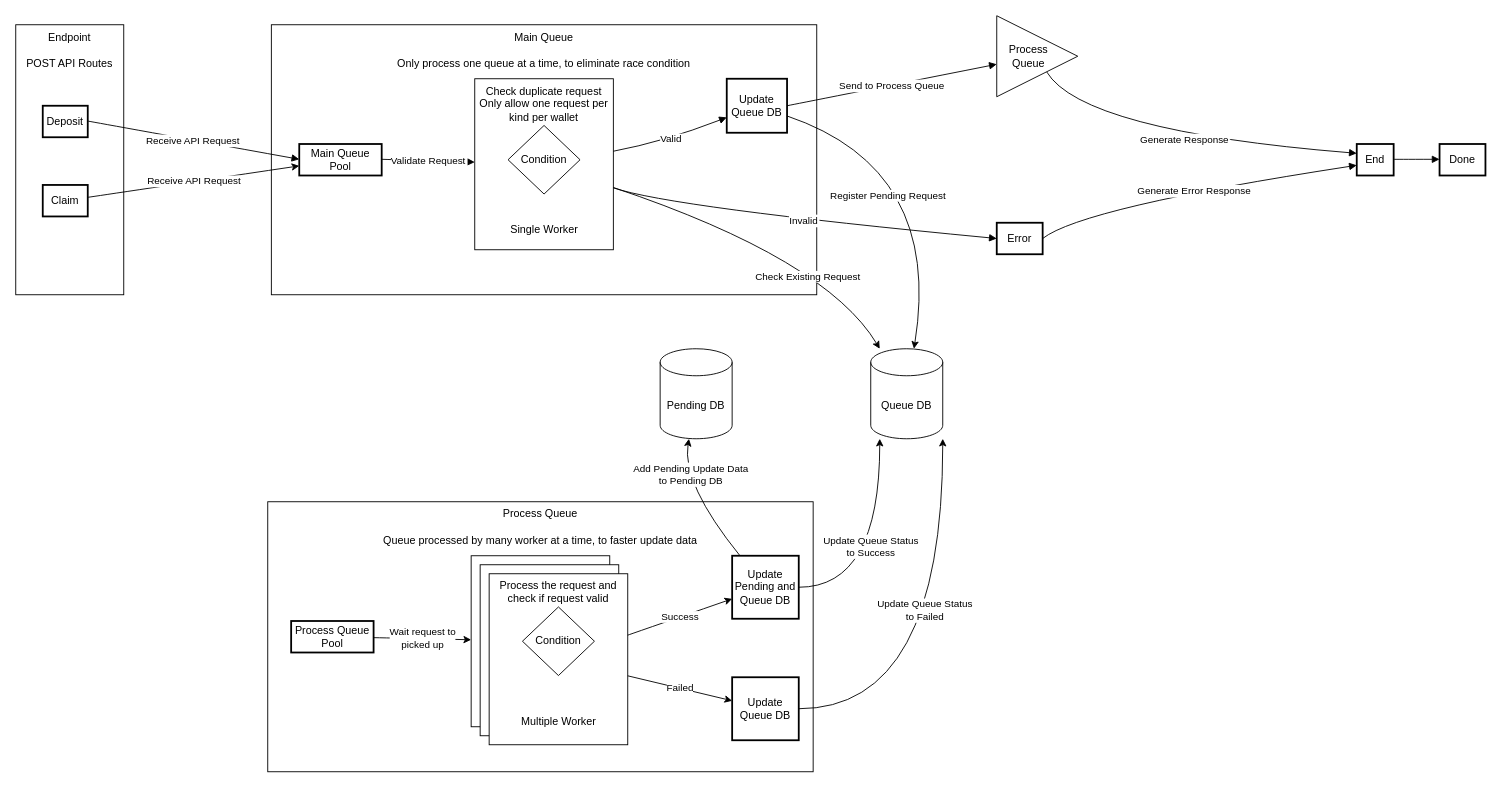
Before: page "Logic" (1 of 2) of drawio/Sakai Backend.drawio in WaxArsatia/Random, a draw.io diagram. Source tidied: cells renumbered, new cells numbered last; positions are measured from the earlier drawing's top-left corner, leaving out a move shared by most shapes. Both pictures are drawn from the tidied source at 90%, with x=0, y=0 at pixel (15, 15).
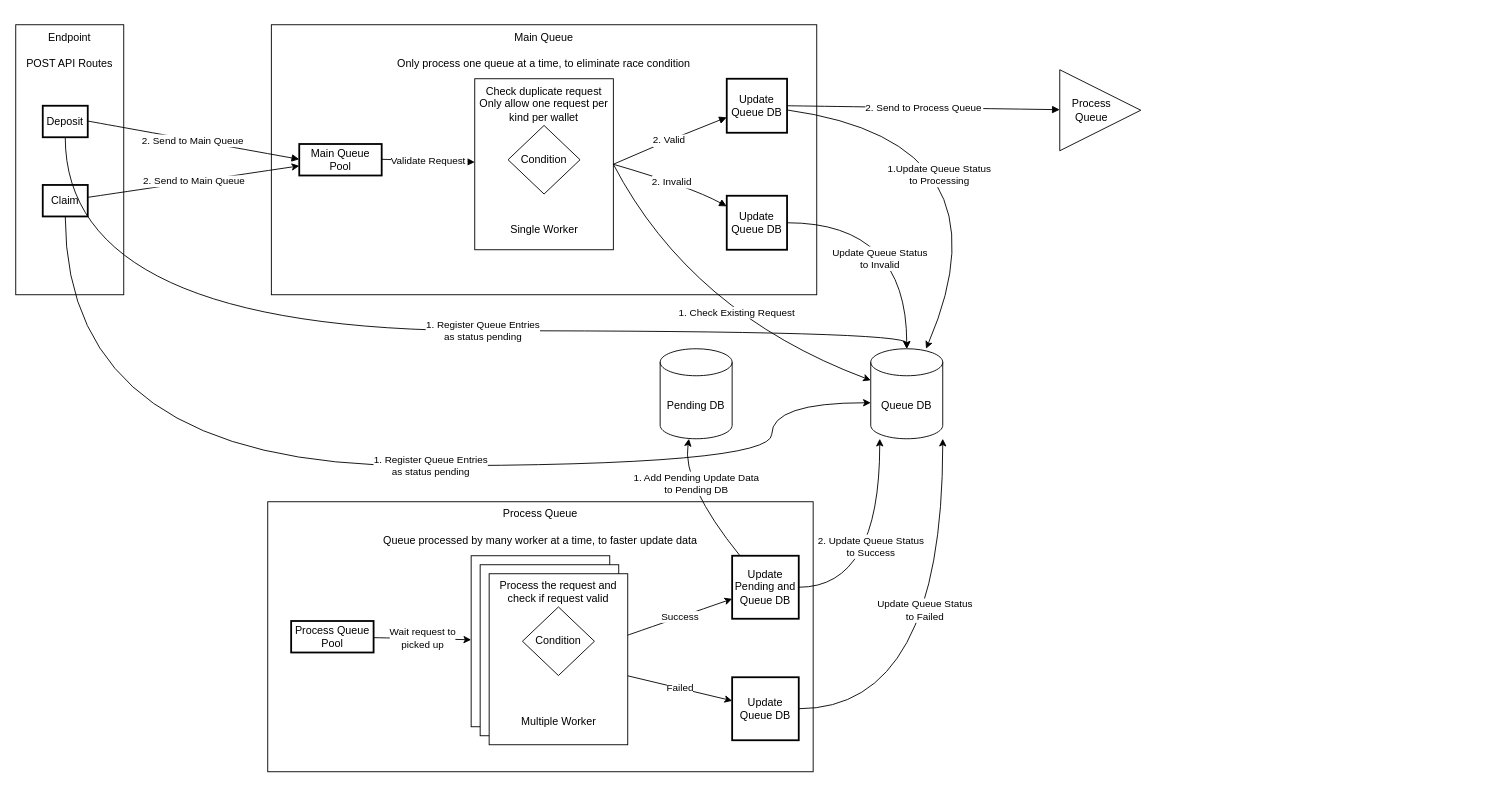
The same page after the edit.

The change refers to these unchanged cells:
```xml
<mxCell id="11" value="Claim" style="whiteSpace=wrap;strokeWidth=2;" parent="9" vertex="1">
  <mxGeometry x="30" y="178" width="50" height="35" as="geometry" />
</mxCell>
<mxCell id="12" value="Deposit" style="whiteSpace=wrap;strokeWidth=2;" parent="8" vertex="1">
  <mxGeometry x="30" y="90" width="50" height="35" as="geometry" />
</mxCell>
<mxCell id="13" value="Queue DB" style="shape=cylinder3;whiteSpace=wrap;html=1;boundedLbl=1;backgroundOutline=1;size=15;" parent="1" vertex="1">
  <mxGeometry x="950" y="370" width="80" height="100" as="geometry" />
</mxCell>
<mxCell id="15" style="group;" parent="14" vertex="1">
  <mxGeometry width="606" height="300" as="geometry" />
</mxCell>
<mxCell id="17" value="Main Queue Pool" style="whiteSpace=wrap;strokeWidth=2;" parent="15" vertex="1">
  <mxGeometry x="31" y="132.5" width="91.6" height="35" as="geometry" />
</mxCell>
<mxCell id="19" value="&lt;div&gt;Check duplicate request&lt;/div&gt;&lt;div&gt;Only allow one request per kind per wallet&lt;br&gt;&lt;/div&gt;" style="rounded=0;whiteSpace=wrap;html=1;verticalAlign=top;" parent="18" vertex="1">
  <mxGeometry width="154" height="190" as="geometry" />
</mxCell>
<mxCell id="21" value="Update Queue DB" style="whiteSpace=wrap;strokeWidth=2;" parent="15" vertex="1">
  <mxGeometry x="506" y="60" width="67" height="60" as="geometry" />
</mxCell>
<mxCell id="32" style="triangle;whiteSpace=wrap;html=1;align=left;" parent="31" vertex="1">
  <mxGeometry width="90" height="90" as="geometry" />
</mxCell>
<mxCell id="44" value="Update Pending and Queue DB" style="whiteSpace=wrap;strokeWidth=2;" parent="34" vertex="1">
  <mxGeometry x="516" y="60" width="74" height="70" as="geometry" />
</mxCell>
<mxCell id="48" value="Pending DB" style="shape=cylinder3;whiteSpace=wrap;html=1;boundedLbl=1;backgroundOutline=1;size=15;" parent="1" vertex="1">
  <mxGeometry x="716" y="370" width="80" height="100" as="geometry" />
</mxCell>
```

Diff of the diagram source:
```diff
@@
-    <mxCell id="2" value="Error" style="whiteSpace=wrap;strokeWidth=2;" parent="1" vertex="1">
-      <mxGeometry x="1090" y="230" width="51" height="35" as="geometry" />
-    </mxCell>
-    <mxCell id="3" value="End" style="whiteSpace=wrap;strokeWidth=2;" parent="1" vertex="1">
-      <mxGeometry x="1490" y="142.5" width="41" height="35" as="geometry" />
-    </mxCell>
-    <mxCell id="4" value="Done" style="whiteSpace=wrap;strokeWidth=2;" parent="1" vertex="1">
-      <mxGeometry x="1582" y="142.5" width="51" height="35" as="geometry" />
-    </mxCell>
-    <mxCell id="5" value="Generate Response" style="curved=1;startArrow=none;endArrow=block;entryX=0.010569037460699314;entryY=0.29939929732254394;" parent="1" edge="1" source="32" target="3">
-      <mxGeometry relative="1" as="geometry">
-        <Array as="points">
-          <mxPoint x="1185" y="128" />
-        </Array>
-      </mxGeometry>
-    </mxCell>
-    <mxCell id="6" value="Generate Error Response" style="curved=1;startArrow=none;endArrow=block;exitX=0.9870914010440602;exitY=0.5;entryX=0.010569037460699314;entryY=0.6720292741060275;" parent="1" edge="1" source="2" target="3">
-      <mxGeometry relative="1" as="geometry">
-        <Array as="points">
-          <mxPoint x="1185" y="213" />
-        </Array>
-      </mxGeometry>
-    </mxCell>
-    <mxCell id="7" style="curved=1;startArrow=none;endArrow=block;exitX=1.0162601005740282;exitY=0.4857142857142857;entryX=-0.006535997577742034;entryY=0.4857142857142857;" parent="1" edge="1" source="3" target="4">
-      <mxGeometry relative="1" as="geometry" />
-    </mxCell>
@@
-    <mxCell id="23" value="Valid" style="curved=1;startArrow=none;endArrow=block;" parent="15" edge="1" source="19" target="21">
+    <mxCell id="23" value="2. Valid" style="curved=1;startArrow=none;endArrow=block;exitX=1;exitY=0.5;exitDx=0;exitDy=0;" parent="15" edge="1" source="19" target="21">
       <mxGeometry relative="1" as="geometry">
         <Array as="points">
           <mxPoint x="436" y="130" />
         </Array>
       </mxGeometry>
     </mxCell>
+    <mxCell id="52" value="Update Queue DB" style="whiteSpace=wrap;strokeWidth=2;" parent="15" vertex="1">
+      <mxGeometry x="506" y="190" width="67" height="60" as="geometry" />
+    </mxCell>
+    <mxCell id="30" value="2. Invalid" style="curved=1;startArrow=none;endArrow=block;exitX=1;exitY=0.5;exitDx=0;exitDy=0;" parent="15" edge="1" source="19" target="52">
+      <mxGeometry relative="1" as="geometry">
+        <Array as="points">
+          <mxPoint x="466" y="180" />
+        </Array>
+      </mxGeometry>
+    </mxCell>
@@
-    <mxCell id="25" value="Check Existing Request" style="rounded=0;jettySize=auto;html=1;curved=1;" parent="1" edge="1" source="19" target="13">
-      <mxGeometry x="0.29" y="-25" relative="1" as="geometry">
+    <mxCell id="25" value="1. Check Existing Request" style="rounded=0;jettySize=auto;html=1;curved=1;exitX=1;exitY=0.5;exitDx=0;exitDy=0;" parent="1" edge="1" source="19" target="13">
+      <mxGeometry x="0.17" y="18" relative="1" as="geometry">
         <Array as="points">
-          <mxPoint x="900" y="270" />
+          <mxPoint x="750" y="330" />
         </Array>
       </mxGeometry>
     </mxCell>
-    <mxCell id="26" value="Register Pending Request" style="rounded=0;jettySize=auto;html=1;curved=1;" parent="1" edge="1" source="21" target="13">
+    <mxCell id="26" value="&lt;div&gt;1.Update Queue Status&lt;/div&gt;&lt;div&gt;to Processing&lt;br&gt;&lt;/div&gt;" style="rounded=0;jettySize=auto;html=1;curved=1;" parent="1" edge="1" source="21" target="13">
       <mxGeometry x="-0.3" y="-48" relative="1" as="geometry">
         <Array as="points">
-          <mxPoint x="1030" y="170" />
+          <mxPoint x="1110" y="140" />
         </Array>
       </mxGeometry>
     </mxCell>
-    <mxCell id="27" value="Receive API Request" style="curved=1;startArrow=none;endArrow=block;exitX=1.0003333282470703;exitY=0.4857142857142857;entryX=0.003431264091940487;entryY=0.4857142857142857;" parent="1" edge="1" source="12" target="17">
+    <mxCell id="27" value="2. Send to Main Queue" style="curved=1;startArrow=none;endArrow=block;exitX=1.0003333282470703;exitY=0.4857142857142857;entryX=0.003431264091940487;entryY=0.4857142857142857;" parent="1" edge="1" source="12" target="17">
       <mxGeometry relative="1" as="geometry" />
     </mxCell>
-    <mxCell id="28" value="Receive API Request" style="rounded=0;jettySize=auto;html=1;curved=1;" parent="1" edge="1" source="11" target="17">
+    <mxCell id="28" value="2. Send to Main Queue" style="rounded=0;jettySize=auto;html=1;curved=1;" parent="1" edge="1" source="11" target="17">
       <mxGeometry relative="1" as="geometry" />
     </mxCell>
-    <mxCell id="29" value="Send to Process Queue" style="curved=1;startArrow=none;endArrow=block;exitX=0.9982454902247379;exitY=0.5;" parent="1" edge="1" source="21" target="32">
+    <mxCell id="29" value="2. Send to Process Queue" style="curved=1;startArrow=none;endArrow=block;exitX=0.9982454902247379;exitY=0.5;" parent="1" edge="1" source="21" target="32">
       <mxGeometry relative="1" as="geometry" />
     </mxCell>
-    <mxCell id="30" value="Invalid" style="curved=1;startArrow=none;endArrow=block;entryX=-0.008987015368891698;entryY=0.5;" parent="1" edge="1" source="19" target="2">
-      <mxGeometry relative="1" as="geometry">
-        <Array as="points">
-          <mxPoint x="728" y="213" />
-        </Array>
-      </mxGeometry>
-    </mxCell>
     <mxCell id="31" style="group;" parent="1" vertex="1">
-      <mxGeometry x="1090" width="90" height="90" as="geometry" />
+      <mxGeometry x="1160" y="60" width="90" height="90" as="geometry" />
     </mxCell>
@@
-    <mxCell id="49" value="&lt;div&gt;Add Pending Update Data&lt;br&gt;&lt;/div&gt;&lt;div&gt;to Pending DB&lt;br&gt;&lt;/div&gt;" style="rounded=0;jettySize=auto;html=1;curved=1;" parent="1" edge="1" source="44" target="48">
-      <mxGeometry x="0.49" y="-8" relative="1" as="geometry">
+    <mxCell id="49" value="1. Add Pending Update Data&lt;br&gt;&lt;div&gt;to Pending DB&lt;br&gt;&lt;/div&gt;" style="rounded=0;jettySize=auto;html=1;curved=1;" parent="1" edge="1" source="44" target="48">
+      <mxGeometry x="0.21" y="-12" relative="1" as="geometry">
         <Array as="points">
           <mxPoint x="740" y="520" />
         </Array>
       </mxGeometry>
     </mxCell>
-    <mxCell id="50" value="&lt;div&gt;Update Queue Status&lt;/div&gt;&lt;div&gt;to Success&lt;/div&gt;" style="edgeStyle=orthogonalEdgeStyle;rounded=0;jettySize=auto;html=1;curved=1;" parent="1" edge="1" source="44" target="13">
+    <mxCell id="50" value="2. Update Queue Status&lt;div&gt;to Success&lt;/div&gt;" style="edgeStyle=orthogonalEdgeStyle;rounded=0;jettySize=auto;html=1;curved=1;" parent="1" edge="1" source="44" target="13">
       <mxGeometry x="0.06" y="10" relative="1" as="geometry">
         <Array as="points">
           <mxPoint x="960" y="635" />
         </Array>
       </mxGeometry>
     </mxCell>
@@
+    <mxCell id="53" value="&lt;div&gt;Update Queue Status&lt;/div&gt;&lt;div&gt;to Invalid&lt;br&gt;&lt;/div&gt;" style="edgeStyle=orthogonalEdgeStyle;rounded=0;jettySize=auto;html=1;curved=1;" parent="1" edge="1" source="52" target="13">
+      <mxGeometry x="0.27" y="-30" relative="1" as="geometry" />
+    </mxCell>
+    <mxCell id="54" value="&lt;div&gt;1. Register Queue Entries&lt;/div&gt;&lt;div&gt;as status pending&lt;br&gt;&lt;/div&gt;" style="edgeStyle=orthogonalEdgeStyle;rounded=0;jettySize=auto;html=1;curved=1;" parent="1" edge="1" source="11" target="13">
+      <mxGeometry x="0.1" relative="1" as="geometry">
+        <Array as="points">
+          <mxPoint x="55" y="500" />
+          <mxPoint x="840" y="500" />
+          <mxPoint x="840" y="430" />
+        </Array>
+      </mxGeometry>
+    </mxCell>
+    <mxCell id="55" value="&lt;div&gt;1. Register Queue Entries&lt;/div&gt;&lt;div&gt;as status pending&lt;br&gt;&lt;/div&gt;" style="edgeStyle=orthogonalEdgeStyle;rounded=0;jettySize=auto;html=1;curved=1;" parent="1" edge="1" source="12" target="13">
+      <mxGeometry x="0.16" relative="1" as="geometry">
+        <Array as="points">
+          <mxPoint x="55" y="350" />
+          <mxPoint x="990" y="350" />
+        </Array>
+      </mxGeometry>
+    </mxCell>
```
